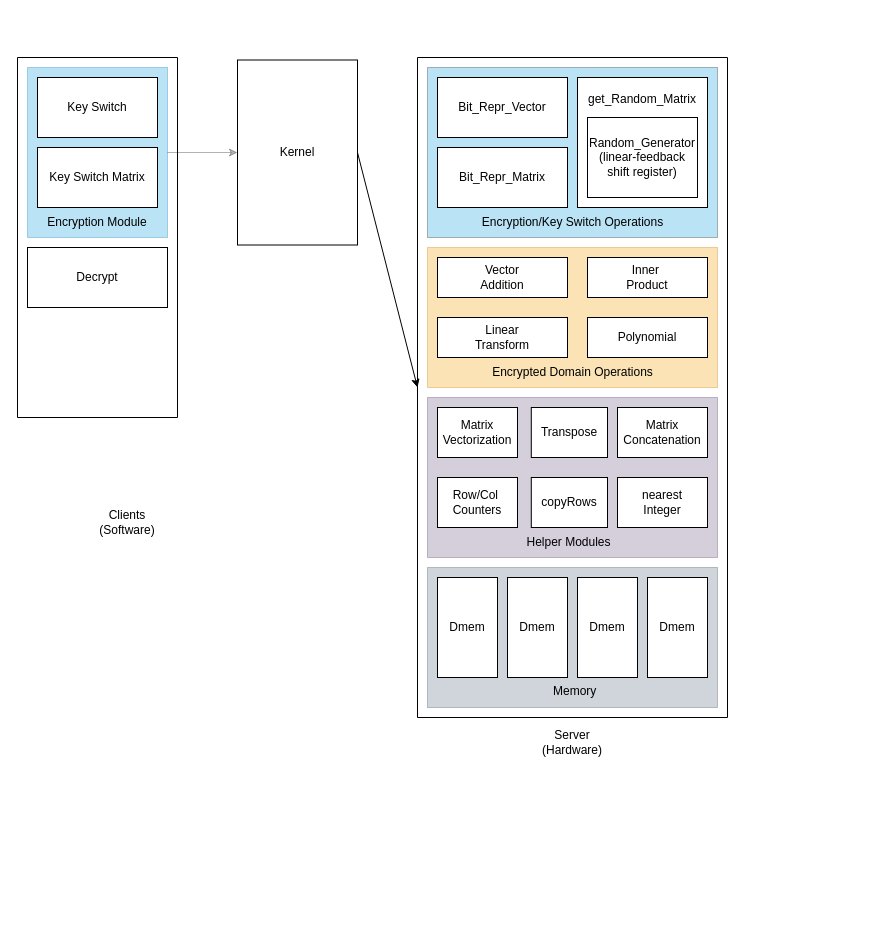
Above: Design_Overview.drawio in helloworld1921/Fully_Homomorphic_Encryption_Accelerator (draw.io), before the change. Source tidied: cells renumbered, new cells numbered last; positions are measured from the earlier drawing's top-left corner, leaving out a move shared by most shapes. Both pictures are drawn from the tidied source at 100%, with x=0, y=0 at pixel (17, 57).
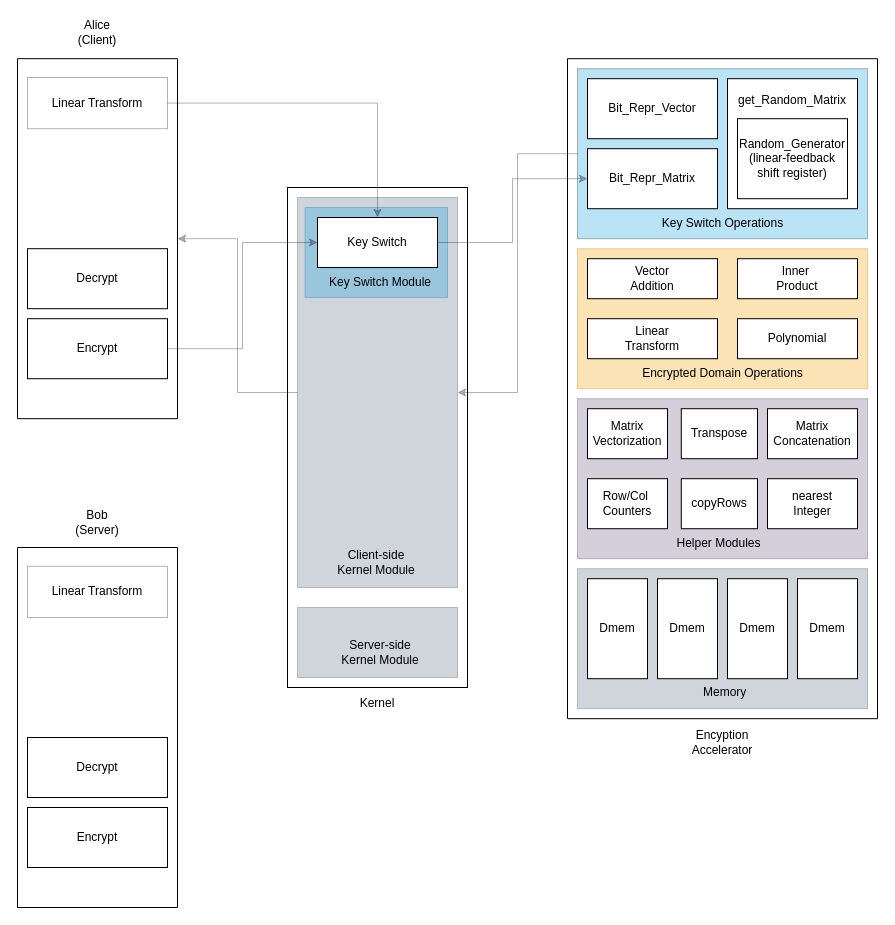
Above is the later version.

The change refers to these unchanged cells:
```xml
<mxCell id="12" style="rounded=0;whiteSpace=wrap;html=1;opacity=30;fillColor=#1ba1e2;fontColor=#ffffff;strokeColor=#000D14;strokeWidth=1;" parent="9" vertex="1">
  <mxGeometry x="10" y="10" width="290" height="170" as="geometry" />
</mxCell>
<mxCell id="14" value="Bit_Repr_Matrix" style="rounded=0;whiteSpace=wrap;html=1;" parent="9" vertex="1">
  <mxGeometry x="20" y="90" width="130" height="60" as="geometry" />
</mxCell>
```

Diff of the diagram source:
```diff
@@
+    <mxCell id="37" style="rounded=0;whiteSpace=wrap;html=1;" parent="1" vertex="1">
+      <mxGeometry x="270" y="130" width="180" height="500" as="geometry" />
+    </mxCell>
+    <mxCell id="40" style="edgeStyle=orthogonalEdgeStyle;rounded=0;jettySize=auto;html=1;exitX=0;exitY=0.5;exitDx=0;exitDy=0;entryX=1;entryY=0.5;entryDx=0;entryDy=0;opacity=30;" parent="1" edge="1" source="41" target="2">
+      <mxGeometry relative="1" as="geometry" />
+    </mxCell>
+    <mxCell id="41" style="rounded=0;whiteSpace=wrap;html=1;strokeWidth=1;opacity=30;fillColor=#647687;fontColor=#ffffff;strokeColor=#314354;" parent="1" vertex="1">
+      <mxGeometry x="280" y="140" width="160" height="390" as="geometry" />
+    </mxCell>
+    <mxCell id="42" style="rounded=0;whiteSpace=wrap;html=1;fillColor=#1ba1e2;fontColor=#ffffff;strokeColor=#006EAF;opacity=30;" parent="1" vertex="1">
+      <mxGeometry x="287.5" y="150" width="142.5" height="90" as="geometry" />
+    </mxCell>
     <mxCell id="2" style="swimlane;startSize=0;" parent="1" vertex="1">
-      <mxGeometry width="160" height="360" as="geometry" />
+      <mxGeometry y="1.2" width="160" height="360" as="geometry" />
     </mxCell>
-    <mxCell id="3" style="rounded=0;whiteSpace=wrap;html=1;fillColor=#1ba1e2;fontColor=#ffffff;strokeColor=#006EAF;opacity=30;" parent="2" vertex="1">
-      <mxGeometry x="10" y="10" width="140" height="170" as="geometry" />
-    </mxCell>
-    <mxCell id="4" value="Key Switch" style="rounded=0;whiteSpace=wrap;html=1;" parent="2" vertex="1">
-      <mxGeometry x="20" y="20" width="120" height="60" as="geometry" />
-    </mxCell>
-    <mxCell id="5" value="Key Switch Matrix" style="rounded=0;whiteSpace=wrap;html=1;" parent="2" vertex="1">
-      <mxGeometry x="20" y="90" width="120" height="60" as="geometry" />
-    </mxCell>
@@
-    <mxCell id="7" value="Encryption Module" style="text;html=1;strokeColor=none;fillColor=none;align=center;verticalAlign=middle;whiteSpace=wrap;rounded=0;opacity=30;" parent="2" vertex="1">
-      <mxGeometry x="25" y="150" width="110" height="30" as="geometry" />
-    </mxCell>
+    <mxCell id="43" value="Encrypt" style="rounded=0;whiteSpace=wrap;html=1;" parent="2" vertex="1">
+      <mxGeometry x="10" y="260" width="140" height="60" as="geometry" />
+    </mxCell>
+    <mxCell id="44" value="Linear Transform" style="rounded=0;whiteSpace=wrap;html=1;strokeWidth=1;opacity=30;" parent="2" vertex="1">
+      <mxGeometry x="10" y="18.8" width="140" height="51.2" as="geometry" />
+    </mxCell>
-    <mxCell id="8" value="Clients&lt;br&gt;(Software)" style="text;html=1;strokeColor=none;fillColor=none;align=center;verticalAlign=middle;whiteSpace=wrap;rounded=0;" parent="1" vertex="1">
-      <mxGeometry x="80" y="450" width="60" height="30" as="geometry" />
+    <mxCell id="8" value="Alice&lt;br&gt;(Client)" style="text;html=1;strokeColor=none;fillColor=none;align=center;verticalAlign=middle;whiteSpace=wrap;rounded=0;" parent="1" vertex="1">
+      <mxGeometry x="50" y="-40" width="60" height="30" as="geometry" />
     </mxCell>
     <mxCell id="9" style="swimlane;startSize=0;" parent="1" vertex="1">
-      <mxGeometry x="400" width="310" height="660" as="geometry" />
+      <mxGeometry x="550" y="1.2" width="310" height="660" as="geometry" />
     </mxCell>
@@
-    <mxCell id="17" value="Encryption/Key Switch Operations" style="text;html=1;strokeColor=none;fillColor=none;align=center;verticalAlign=middle;whiteSpace=wrap;rounded=0;opacity=30;" parent="9" vertex="1">
+    <mxCell id="17" value="Key Switch Operations" style="text;html=1;strokeColor=none;fillColor=none;align=center;verticalAlign=middle;whiteSpace=wrap;rounded=0;opacity=30;" parent="9" vertex="1">
       <mxGeometry x="62.5" y="150" width="185" height="30" as="geometry" />
     </mxCell>
@@
-    <mxCell id="36" value="Server&lt;br&gt;(Hardware)" style="text;html=1;strokeColor=none;fillColor=none;align=center;verticalAlign=middle;whiteSpace=wrap;rounded=0;" parent="1" vertex="1">
-      <mxGeometry x="525" y="670" width="60" height="30" as="geometry" />
+    <mxCell id="36" value="Encyption Accelerator" style="text;html=1;strokeColor=none;fillColor=none;align=center;verticalAlign=middle;whiteSpace=wrap;rounded=0;" parent="1" vertex="1">
+      <mxGeometry x="675" y="670" width="60" height="30" as="geometry" />
     </mxCell>
-    <mxCell id="37" value="Kernel" style="rounded=0;whiteSpace=wrap;html=1;" parent="1" vertex="1">
-      <mxGeometry x="220" y="2.5" width="120" height="185" as="geometry" />
-    </mxCell>
-    <mxCell id="38" style="endArrow=classic;html=1;rounded=0;exitX=1;exitY=0.5;exitDx=0;exitDy=0;entryX=0;entryY=0.5;entryDx=0;entryDy=0;" parent="1" edge="1" source="37" target="9">
-      <mxGeometry relative="1" as="geometry" />
-    </mxCell>
-    <mxCell id="39" style="edgeStyle=orthogonalEdgeStyle;rounded=0;jettySize=auto;html=1;entryX=0;entryY=0.5;entryDx=0;entryDy=0;opacity=30;" parent="1" edge="1" source="3" target="37">
-      <mxGeometry relative="1" as="geometry" />
-    </mxCell>
+    <mxCell id="45" value="Client-side &lt;br&gt;Kernel Module" style="text;html=1;strokeColor=none;fillColor=none;align=center;verticalAlign=middle;whiteSpace=wrap;rounded=0;opacity=30;" parent="1" vertex="1">
+      <mxGeometry x="293.8" y="490" width="130" height="30" as="geometry" />
+    </mxCell>
+    <mxCell id="46" style="rounded=0;whiteSpace=wrap;html=1;strokeWidth=1;opacity=30;fillColor=#647687;fontColor=#ffffff;strokeColor=#314354;" parent="1" vertex="1">
+      <mxGeometry x="280" y="550" width="160" height="70" as="geometry" />
+    </mxCell>
+    <mxCell id="47" value="Kernel" style="text;html=1;strokeColor=none;fillColor=none;align=center;verticalAlign=middle;whiteSpace=wrap;rounded=0;" parent="1" vertex="1">
+      <mxGeometry x="330" y="631.2" width="60" height="30" as="geometry" />
+    </mxCell>
+    <mxCell id="48" value="Key Switch Module" style="text;html=1;strokeColor=none;fillColor=none;align=center;verticalAlign=middle;whiteSpace=wrap;rounded=0;opacity=30;" parent="1" vertex="1">
+      <mxGeometry x="307.5" y="210" width="110" height="30" as="geometry" />
+    </mxCell>
+    <mxCell id="49" style="edgeStyle=orthogonalEdgeStyle;rounded=0;jettySize=auto;html=1;exitX=1;exitY=0.5;exitDx=0;exitDy=0;entryX=0;entryY=0.5;entryDx=0;entryDy=0;opacity=30;" parent="1" edge="1" source="4" target="14">
+      <mxGeometry relative="1" as="geometry" />
+    </mxCell>
+    <mxCell id="4" value="Key Switch" style="rounded=0;whiteSpace=wrap;html=1;" parent="1" vertex="1">
+      <mxGeometry x="300" y="160" width="120" height="50" as="geometry" />
+    </mxCell>
+    <mxCell id="50" style="swimlane;startSize=0;" parent="1" vertex="1">
+      <mxGeometry y="490" width="160" height="360" as="geometry" />
+    </mxCell>
+    <mxCell id="51" value="Decrypt" style="rounded=0;whiteSpace=wrap;html=1;" parent="50" vertex="1">
+      <mxGeometry x="10" y="190" width="140" height="60" as="geometry" />
+    </mxCell>
+    <mxCell id="52" value="Encrypt" style="rounded=0;whiteSpace=wrap;html=1;" parent="50" vertex="1">
+      <mxGeometry x="10" y="260" width="140" height="60" as="geometry" />
+    </mxCell>
+    <mxCell id="53" value="Linear Transform" style="rounded=0;whiteSpace=wrap;html=1;strokeWidth=1;opacity=30;" parent="50" vertex="1">
+      <mxGeometry x="10" y="18.8" width="140" height="51.2" as="geometry" />
+    </mxCell>
+    <mxCell id="54" value="Bob&lt;br&gt;(Server)" style="text;html=1;strokeColor=none;fillColor=none;align=center;verticalAlign=middle;whiteSpace=wrap;rounded=0;" parent="1" vertex="1">
+      <mxGeometry x="50" y="450" width="60" height="30" as="geometry" />
+    </mxCell>
+    <mxCell id="55" value="Server-side &lt;br&gt;Kernel Module" style="text;html=1;strokeColor=none;fillColor=none;align=center;verticalAlign=middle;whiteSpace=wrap;rounded=0;opacity=30;" parent="1" vertex="1">
+      <mxGeometry x="297.5" y="580" width="130" height="30" as="geometry" />
+    </mxCell>
+    <mxCell id="56" style="edgeStyle=orthogonalEdgeStyle;rounded=0;jettySize=auto;html=1;exitX=1;exitY=0.5;exitDx=0;exitDy=0;opacity=30;" parent="1" edge="1" source="44" target="4">
+      <mxGeometry relative="1" as="geometry" />
+    </mxCell>
+    <mxCell id="57" style="edgeStyle=orthogonalEdgeStyle;rounded=0;jettySize=auto;html=1;exitX=0;exitY=0.5;exitDx=0;exitDy=0;entryX=1;entryY=0.5;entryDx=0;entryDy=0;opacity=30;" parent="1" edge="1" source="12" target="41">
+      <mxGeometry relative="1" as="geometry" />
+    </mxCell>
+    <mxCell id="58" style="edgeStyle=orthogonalEdgeStyle;rounded=0;jettySize=auto;html=1;exitX=1;exitY=0.5;exitDx=0;exitDy=0;entryX=0;entryY=0.5;entryDx=0;entryDy=0;opacity=30;" parent="1" edge="1" source="43" target="4">
+      <mxGeometry relative="1" as="geometry" />
+    </mxCell>
```
